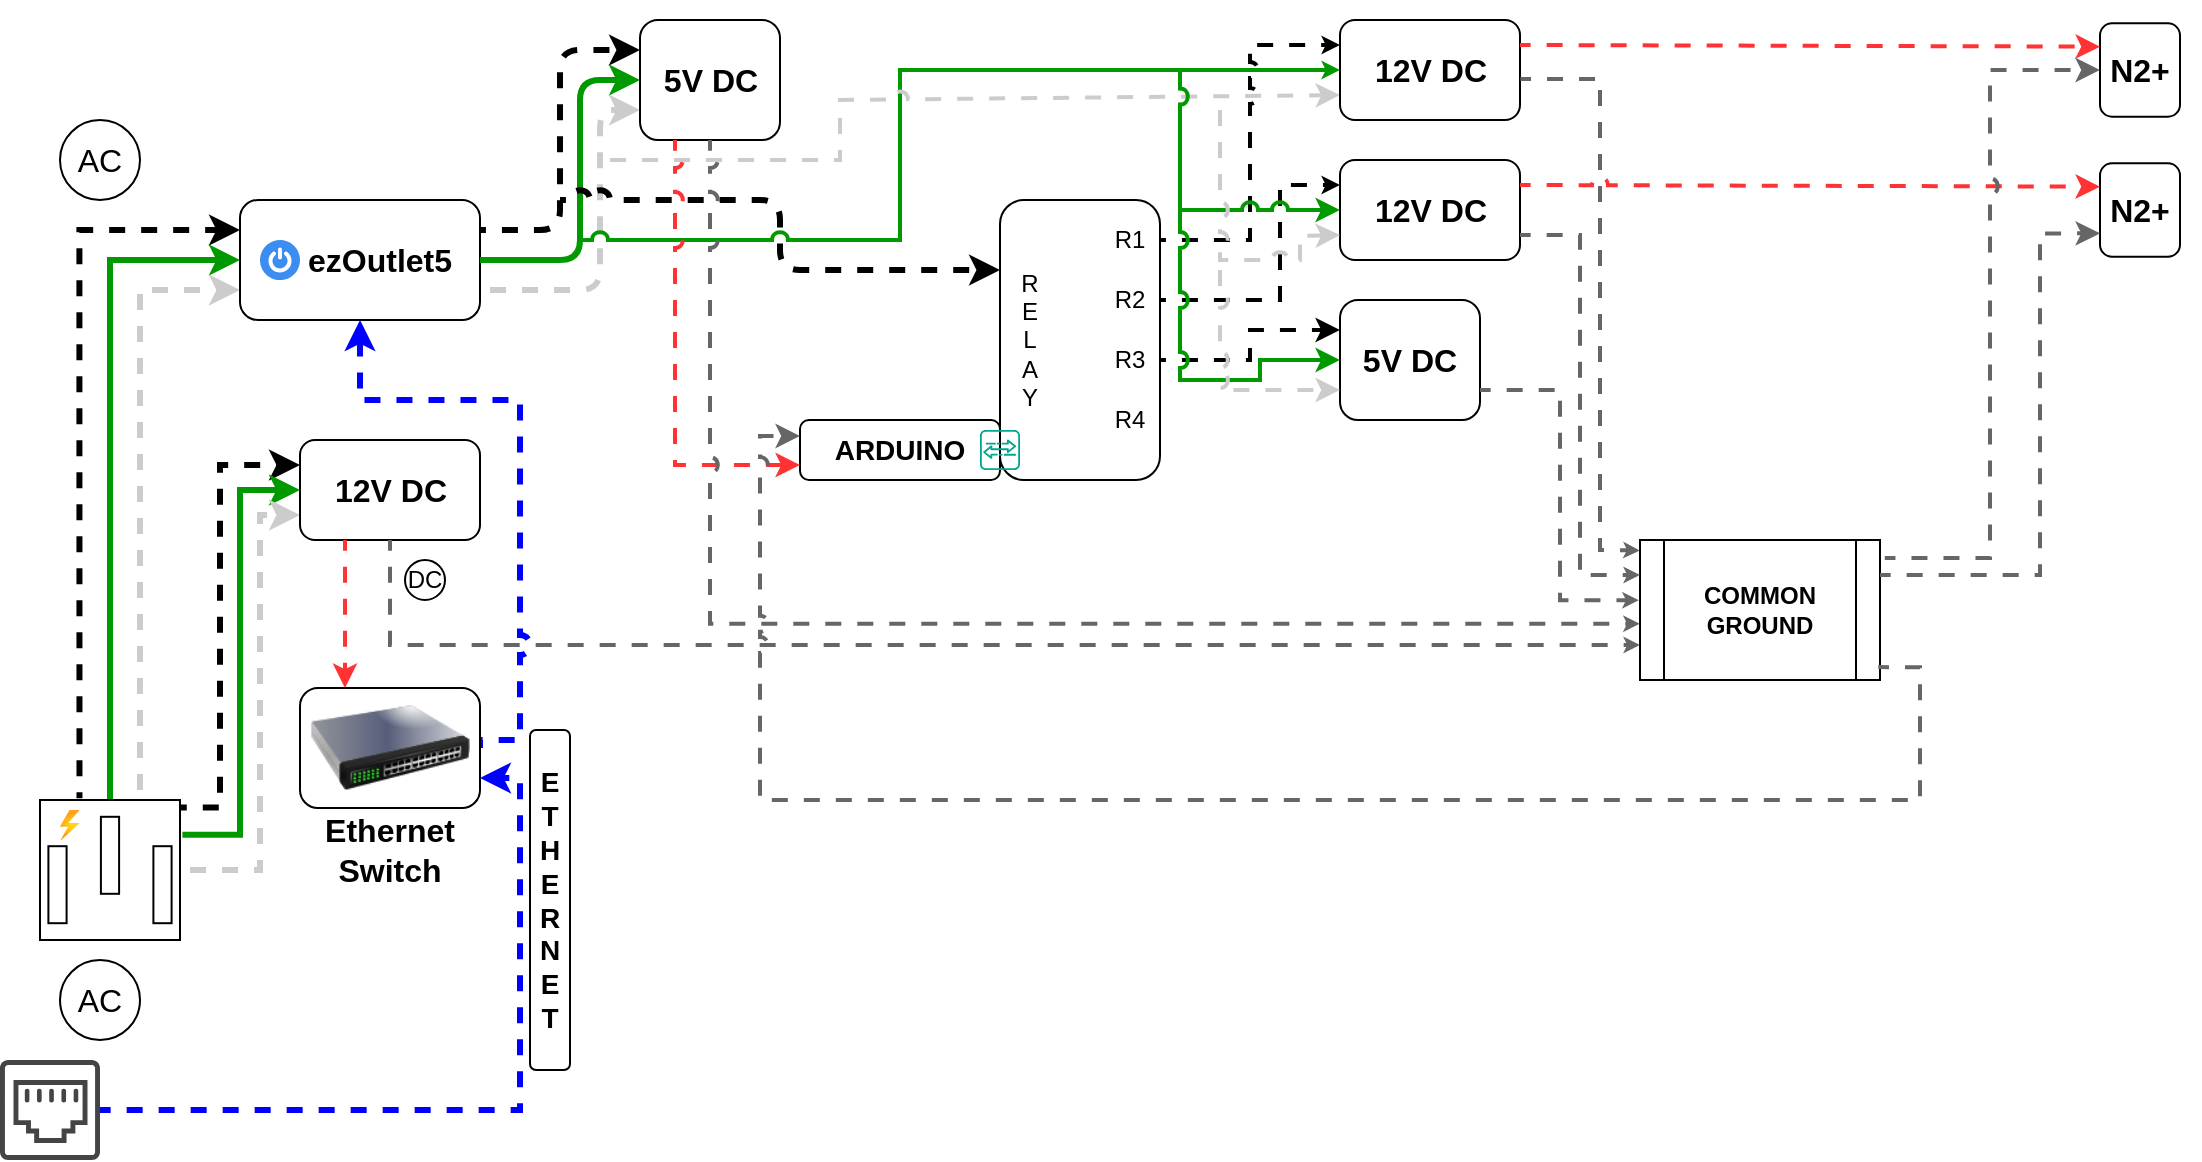
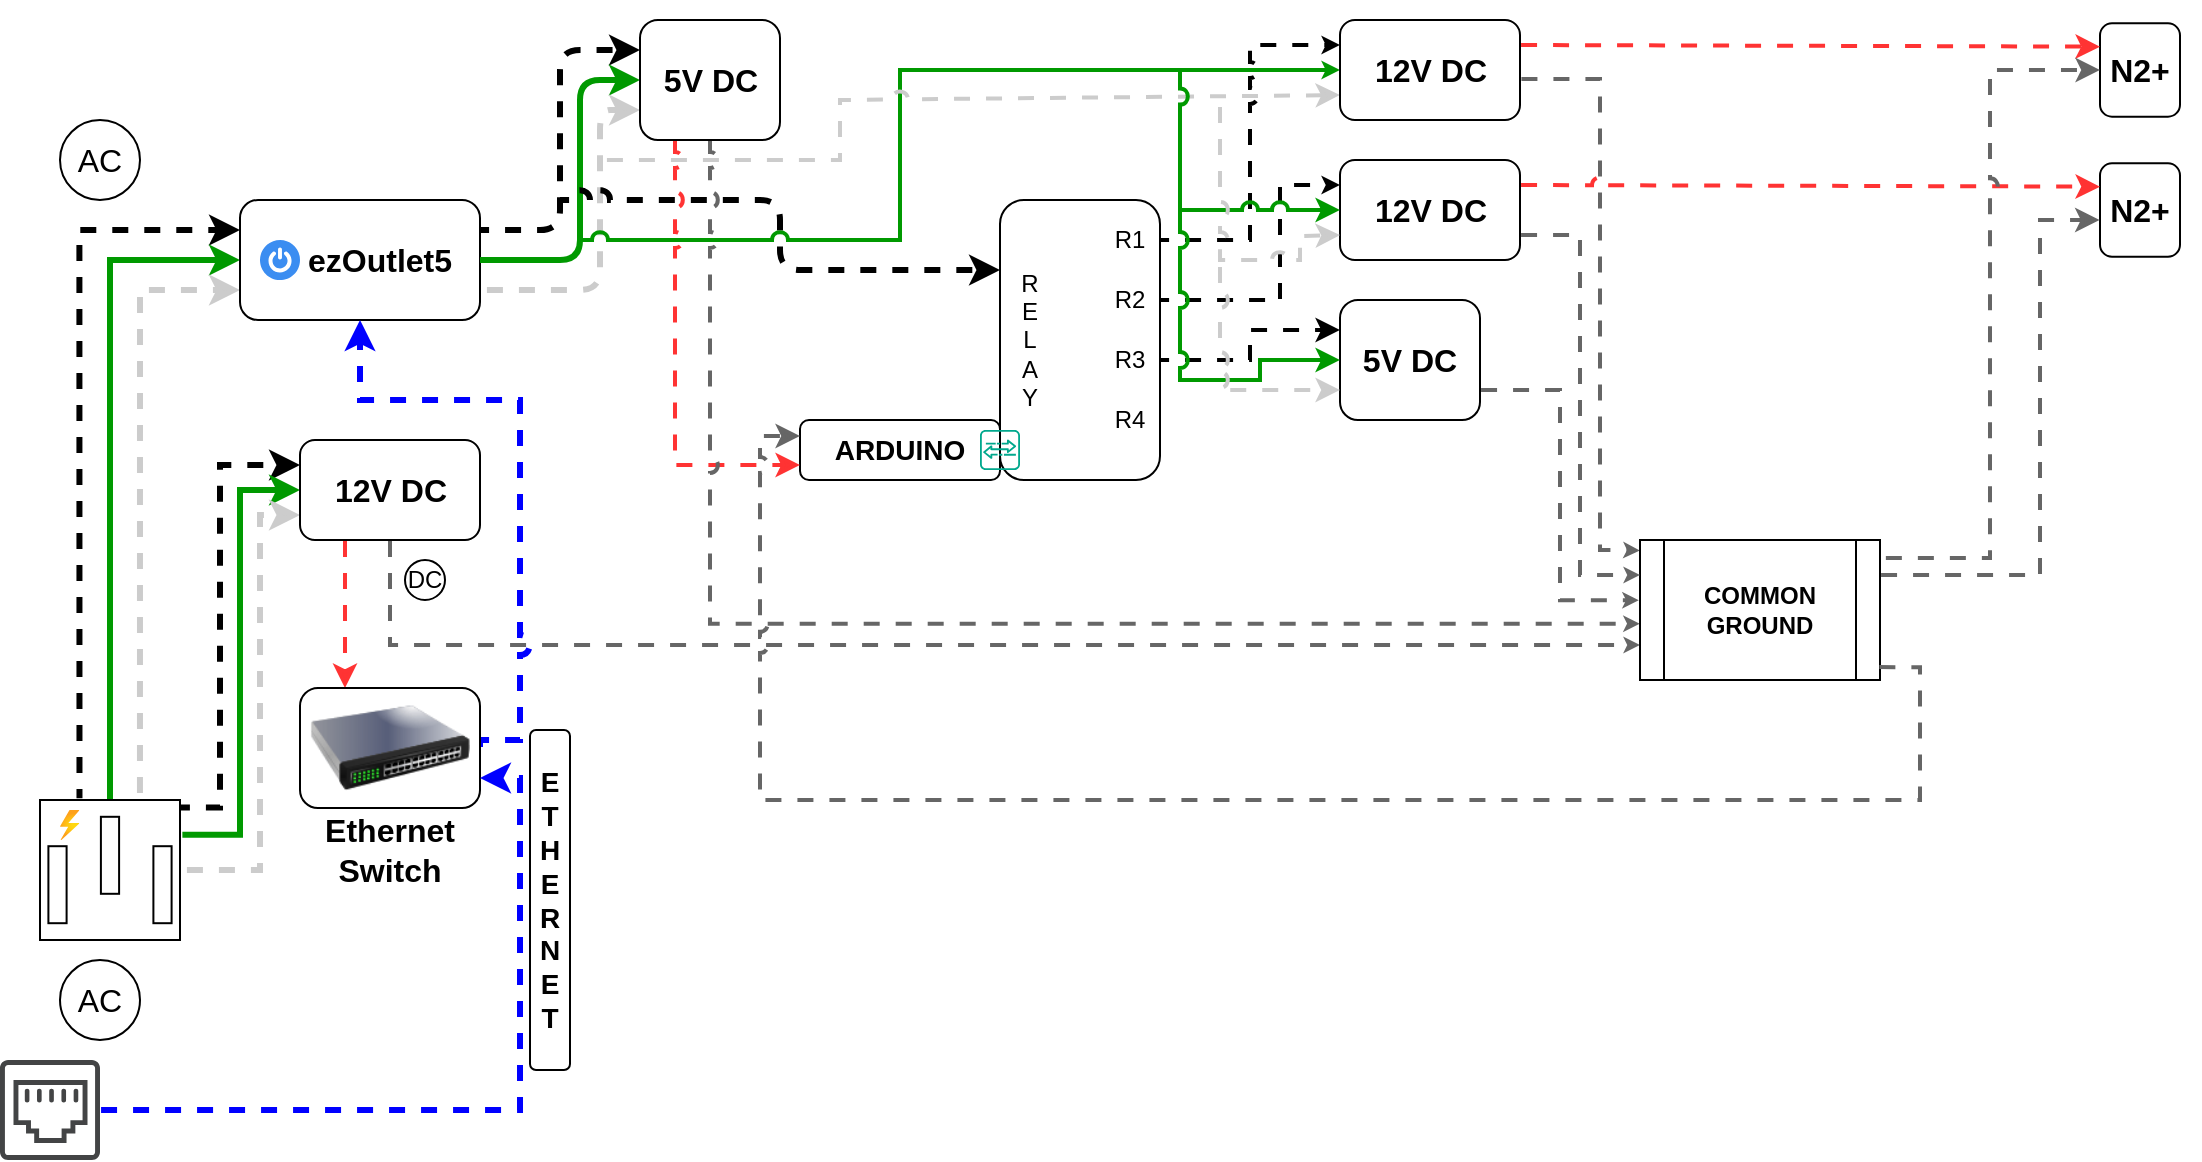
<mxfile host="app.diagrams.net" agent="Mozilla/5.0 (Windows NT 10.0; Win64; x64) AppleWebKit/537.36 (KHTML, like Gecko) Chrome/131.0.0.0 Safari/537.36 Edg/131.0.0.0" version="25.0.3">
  <diagram name="Page-1" id="VlRkN-xOVygPYa-iD9Ir">
-     <mxGraphModel dx="1050" dy="658" grid="1" gridSize="10" guides="1" tooltips="1" connect="1" arrows="1" fold="1" page="1" pageScale="1" pageWidth="1600" pageHeight="900" background="none" math="0" shadow="0">
+     <mxGraphModel dx="292" dy="183" grid="1" gridSize="10" guides="1" tooltips="1" connect="1" arrows="1" fold="1" page="1" pageScale="1" pageWidth="1600" pageHeight="900" background="none" math="0" shadow="0">
      <root>
        <mxCell id="0" />
        <mxCell id="1" parent="0" />
        <mxCell id="JVLtuT8sySUBbFbLTn6r-3" style="edgeStyle=orthogonalEdgeStyle;rounded=0;orthogonalLoop=1;jettySize=auto;html=1;entryX=0;entryY=0.25;entryDx=0;entryDy=0;exitX=0.282;exitY=-0.013;exitDx=0;exitDy=0;exitPerimeter=0;strokeWidth=3;flowAnimation=1;flowAnimationDirection=alternate;flowAnimationTimingFunction=ease-in-out;flowAnimationDuration=1500;jumpStyle=arc;" parent="1" source="pD8juBFKP1GN8B8eYQTb-1" target="pD8juBFKP1GN8B8eYQTb-3" edge="1">
          <mxGeometry relative="1" as="geometry" />
        </mxCell>
        <mxCell id="JVLtuT8sySUBbFbLTn6r-4" style="edgeStyle=orthogonalEdgeStyle;rounded=0;orthogonalLoop=1;jettySize=auto;html=1;exitX=0.5;exitY=0;exitDx=0;exitDy=0;exitPerimeter=0;entryX=0;entryY=0.5;entryDx=0;entryDy=0;strokeColor=#009900;strokeWidth=3;jumpStyle=arc;" parent="1" source="pD8juBFKP1GN8B8eYQTb-1" target="pD8juBFKP1GN8B8eYQTb-3" edge="1">
          <mxGeometry relative="1" as="geometry" />
        </mxCell>
        <mxCell id="JVLtuT8sySUBbFbLTn6r-5" style="edgeStyle=orthogonalEdgeStyle;rounded=0;orthogonalLoop=1;jettySize=auto;html=1;entryX=0;entryY=0.75;entryDx=0;entryDy=0;exitX=0.714;exitY=0;exitDx=0;exitDy=0;exitPerimeter=0;strokeWidth=3;strokeColor=#CCCCCC;flowAnimation=1;flowAnimationDirection=alternate-reverse;flowAnimationTimingFunction=ease-in-out;flowAnimationDuration=1500;jumpStyle=arc;" parent="1" source="pD8juBFKP1GN8B8eYQTb-1" target="pD8juBFKP1GN8B8eYQTb-3" edge="1">
          <mxGeometry relative="1" as="geometry">
            <mxPoint x="120" y="320" as="targetPoint" />
          </mxGeometry>
        </mxCell>
        <mxCell id="JVLtuT8sySUBbFbLTn6r-6" style="edgeStyle=orthogonalEdgeStyle;rounded=0;orthogonalLoop=1;jettySize=auto;html=1;entryX=0;entryY=0.25;entryDx=0;entryDy=0;exitX=1.006;exitY=0.054;exitDx=0;exitDy=0;exitPerimeter=0;strokeWidth=3;flowAnimation=1;flowAnimationDirection=alternate;flowAnimationTimingFunction=ease-in-out;flowAnimationDuration=1500;jumpStyle=arc;" parent="1" source="pD8juBFKP1GN8B8eYQTb-1" target="pD8juBFKP1GN8B8eYQTb-24" edge="1">
          <mxGeometry relative="1" as="geometry">
            <Array as="points">
              <mxPoint x="120" y="404" />
              <mxPoint x="120" y="233" />
            </Array>
          </mxGeometry>
        </mxCell>
        <mxCell id="JVLtuT8sySUBbFbLTn6r-7" style="edgeStyle=orthogonalEdgeStyle;rounded=0;orthogonalLoop=1;jettySize=auto;html=1;entryX=0;entryY=0.5;entryDx=0;entryDy=0;exitX=1.017;exitY=0.249;exitDx=0;exitDy=0;exitPerimeter=0;strokeWidth=3;strokeColor=#009900;jumpStyle=arc;" parent="1" source="pD8juBFKP1GN8B8eYQTb-1" target="pD8juBFKP1GN8B8eYQTb-24" edge="1">
          <mxGeometry relative="1" as="geometry" />
        </mxCell>
        <mxCell id="JVLtuT8sySUBbFbLTn6r-8" style="edgeStyle=orthogonalEdgeStyle;rounded=0;orthogonalLoop=1;jettySize=auto;html=1;entryX=0;entryY=0.75;entryDx=0;entryDy=0;strokeColor=#CCCCCC;strokeWidth=3;flowAnimation=1;flowAnimationDirection=alternate-reverse;flowAnimationTimingFunction=ease-in-out;flowAnimationDuration=1500;jumpStyle=arc;" parent="1" source="pD8juBFKP1GN8B8eYQTb-1" target="pD8juBFKP1GN8B8eYQTb-24" edge="1">
          <mxGeometry relative="1" as="geometry">
            <Array as="points">
              <mxPoint x="140" y="435" />
              <mxPoint x="140" y="258" />
            </Array>
          </mxGeometry>
        </mxCell>
        <mxCell id="JVLtuT8sySUBbFbLTn6r-1" value="" style="group" parent="1" vertex="1" connectable="0">
          <mxGeometry x="30" y="480" width="60" height="40" as="geometry" />
        </mxCell>
        <mxCell id="pD8juBFKP1GN8B8eYQTb-22" value="AC" style="text;html=1;align=center;verticalAlign=middle;whiteSpace=wrap;rounded=0;fontSize=16;" parent="JVLtuT8sySUBbFbLTn6r-1" vertex="1">
          <mxGeometry y="5" width="60" height="30" as="geometry" />
        </mxCell>
        <mxCell id="pD8juBFKP1GN8B8eYQTb-23" value="" style="ellipse;whiteSpace=wrap;html=1;fillColor=none;" parent="JVLtuT8sySUBbFbLTn6r-1" vertex="1">
          <mxGeometry x="10" width="40" height="40" as="geometry" />
        </mxCell>
        <mxCell id="JVLtuT8sySUBbFbLTn6r-2" value="" style="group" parent="1" vertex="1" connectable="0">
          <mxGeometry x="30" y="60" width="60" height="40" as="geometry" />
        </mxCell>
        <mxCell id="pD8juBFKP1GN8B8eYQTb-9" value="" style="ellipse;whiteSpace=wrap;html=1;fillColor=none;" parent="JVLtuT8sySUBbFbLTn6r-2" vertex="1">
          <mxGeometry x="10" width="40" height="40" as="geometry" />
        </mxCell>
        <mxCell id="pD8juBFKP1GN8B8eYQTb-11" value="AC" style="text;html=1;align=center;verticalAlign=middle;whiteSpace=wrap;rounded=0;fontSize=16;" parent="JVLtuT8sySUBbFbLTn6r-2" vertex="1">
          <mxGeometry y="5" width="60" height="30" as="geometry" />
        </mxCell>
        <mxCell id="JVLtuT8sySUBbFbLTn6r-9" value="" style="group" parent="1" vertex="1" connectable="0">
          <mxGeometry x="130" y="100" width="120" height="60" as="geometry" />
        </mxCell>
        <mxCell id="JVLtuT8sySUBbFbLTn6r-16" value="" style="group" parent="JVLtuT8sySUBbFbLTn6r-9" vertex="1" connectable="0">
          <mxGeometry width="120" height="60" as="geometry" />
        </mxCell>
        <mxCell id="pD8juBFKP1GN8B8eYQTb-3" value="" style="rounded=1;whiteSpace=wrap;html=1;" parent="JVLtuT8sySUBbFbLTn6r-16" vertex="1">
          <mxGeometry width="120" height="60" as="geometry" />
        </mxCell>
        <mxCell id="JVLtuT8sySUBbFbLTn6r-13" value="" style="sketch=0;html=1;aspect=fixed;strokeColor=none;shadow=0;fillColor=#3B8DF1;verticalAlign=top;labelPosition=center;verticalLabelPosition=bottom;shape=mxgraph.gcp2.a7_power" parent="JVLtuT8sySUBbFbLTn6r-16" vertex="1">
          <mxGeometry x="10" y="20" width="20" height="20" as="geometry" />
        </mxCell>
        <mxCell id="pD8juBFKP1GN8B8eYQTb-15" value="&lt;b&gt;ezOutlet5&lt;/b&gt;" style="text;html=1;align=center;verticalAlign=middle;whiteSpace=wrap;rounded=0;fontSize=16;" parent="JVLtuT8sySUBbFbLTn6r-16" vertex="1">
          <mxGeometry x="40" y="10" width="60" height="40" as="geometry" />
        </mxCell>
        <mxCell id="JVLtuT8sySUBbFbLTn6r-11" value="" style="group" parent="1" vertex="1" connectable="0">
          <mxGeometry x="160" y="220" width="90" height="50" as="geometry" />
        </mxCell>
        <mxCell id="JVLtuT8sySUBbFbLTn6r-72" value="" style="group" parent="JVLtuT8sySUBbFbLTn6r-11" vertex="1" connectable="0">
          <mxGeometry width="90" height="50" as="geometry" />
        </mxCell>
        <mxCell id="pD8juBFKP1GN8B8eYQTb-24" value="" style="rounded=1;whiteSpace=wrap;html=1;" parent="JVLtuT8sySUBbFbLTn6r-72" vertex="1">
          <mxGeometry width="90" height="50" as="geometry" />
        </mxCell>
        <mxCell id="JVLtuT8sySUBbFbLTn6r-10" value="&lt;font style=&quot;font-size: 16px;&quot;&gt;&lt;b&gt;12V DC&lt;/b&gt;&lt;/font&gt;" style="text;html=1;align=center;verticalAlign=middle;whiteSpace=wrap;rounded=0;" parent="JVLtuT8sySUBbFbLTn6r-72" vertex="1">
          <mxGeometry x="15.75" y="10" width="58.5" height="30" as="geometry" />
        </mxCell>
        <mxCell id="JVLtuT8sySUBbFbLTn6r-18" value="" style="group" parent="1" vertex="1" connectable="0">
          <mxGeometry x="30" y="400" width="70" height="70" as="geometry" />
        </mxCell>
        <mxCell id="pD8juBFKP1GN8B8eYQTb-1" value="" style="pointerEvents=1;verticalLabelPosition=bottom;shadow=0;dashed=0;align=center;html=1;verticalAlign=top;shape=mxgraph.electrical.miscellaneous.ac_out" parent="JVLtuT8sySUBbFbLTn6r-18" vertex="1">
          <mxGeometry width="70" height="70" as="geometry" />
        </mxCell>
        <mxCell id="JVLtuT8sySUBbFbLTn6r-12" value="" style="image;aspect=fixed;html=1;points=[];align=center;fontSize=12;image=img/lib/azure2/general/Power.svg;" parent="JVLtuT8sySUBbFbLTn6r-18" vertex="1">
          <mxGeometry x="10" y="5" width="9.72" height="15" as="geometry" />
        </mxCell>
        <mxCell id="JVLtuT8sySUBbFbLTn6r-23" style="edgeStyle=orthogonalEdgeStyle;rounded=0;orthogonalLoop=1;jettySize=auto;html=1;entryX=0.25;entryY=0;entryDx=0;entryDy=0;exitX=0.25;exitY=1;exitDx=0;exitDy=0;strokeColor=#FF3333;strokeWidth=2;flowAnimation=1;jumpStyle=arc;" parent="1" source="pD8juBFKP1GN8B8eYQTb-24" target="JVLtuT8sySUBbFbLTn6r-19" edge="1">
          <mxGeometry relative="1" as="geometry" />
        </mxCell>
        <mxCell id="JVLtuT8sySUBbFbLTn6r-28" value="" style="group" parent="1" vertex="1" connectable="0">
          <mxGeometry x="210" y="280" width="25" height="20" as="geometry" />
        </mxCell>
        <mxCell id="JVLtuT8sySUBbFbLTn6r-26" value="" style="ellipse;whiteSpace=wrap;html=1;aspect=fixed;" parent="JVLtuT8sySUBbFbLTn6r-28" vertex="1">
          <mxGeometry x="2.5" width="20" height="20" as="geometry" />
        </mxCell>
        <mxCell id="JVLtuT8sySUBbFbLTn6r-27" value="&lt;font&gt;DC&lt;/font&gt;" style="text;html=1;align=center;verticalAlign=middle;whiteSpace=wrap;rounded=0;" parent="JVLtuT8sySUBbFbLTn6r-28" vertex="1">
          <mxGeometry y="2.5" width="25" height="15" as="geometry" />
        </mxCell>
        <mxCell id="JVLtuT8sySUBbFbLTn6r-29" style="edgeStyle=orthogonalEdgeStyle;rounded=0;orthogonalLoop=1;jettySize=auto;html=1;exitX=0.5;exitY=1;exitDx=0;exitDy=0;strokeWidth=2;flowAnimation=1;strokeColor=#666666;jumpStyle=arc;entryX=0;entryY=0.75;entryDx=0;entryDy=0;endSize=2;" parent="1" source="pD8juBFKP1GN8B8eYQTb-24" target="0aRQkGjj-KWWZOeJOGup-9" edge="1">
          <mxGeometry relative="1" as="geometry">
            <mxPoint x="810" y="370" as="targetPoint" />
          </mxGeometry>
        </mxCell>
        <mxCell id="JVLtuT8sySUBbFbLTn6r-30" style="edgeStyle=orthogonalEdgeStyle;rounded=0;orthogonalLoop=1;jettySize=auto;html=1;exitX=1;exitY=0.5;exitDx=0;exitDy=0;entryX=0.5;entryY=1;entryDx=0;entryDy=0;strokeColor=#0000FF;strokeWidth=3;flowAnimation=1;jumpStyle=arc;" parent="1" source="JVLtuT8sySUBbFbLTn6r-19" target="pD8juBFKP1GN8B8eYQTb-3" edge="1">
          <mxGeometry relative="1" as="geometry">
            <Array as="points">
              <mxPoint x="270" y="370" />
              <mxPoint x="270" y="200" />
              <mxPoint x="190" y="200" />
            </Array>
          </mxGeometry>
        </mxCell>
        <mxCell id="JVLtuT8sySUBbFbLTn6r-33" value="" style="rounded=1;whiteSpace=wrap;html=1;" parent="1" vertex="1">
          <mxGeometry x="510" y="100" width="80" height="140" as="geometry" />
        </mxCell>
        <mxCell id="JVLtuT8sySUBbFbLTn6r-35" style="edgeStyle=orthogonalEdgeStyle;rounded=1;orthogonalLoop=1;jettySize=auto;html=1;exitX=1;exitY=0.25;exitDx=0;exitDy=0;entryX=0;entryY=0.25;entryDx=0;entryDy=0;curved=0;strokeWidth=3;flowAnimation=1;flowAnimationDirection=alternate;flowAnimationTimingFunction=ease-in-out;flowAnimationDuration=1500;jumpStyle=arc;" parent="1" source="pD8juBFKP1GN8B8eYQTb-3" target="JVLtuT8sySUBbFbLTn6r-34" edge="1">
          <mxGeometry relative="1" as="geometry" />
        </mxCell>
        <mxCell id="JVLtuT8sySUBbFbLTn6r-36" style="edgeStyle=orthogonalEdgeStyle;rounded=1;orthogonalLoop=1;jettySize=auto;html=1;exitX=1;exitY=0.5;exitDx=0;exitDy=0;entryX=0;entryY=0.5;entryDx=0;entryDy=0;curved=0;strokeWidth=3;strokeColor=#009900;jumpStyle=arc;" parent="1" source="pD8juBFKP1GN8B8eYQTb-3" target="JVLtuT8sySUBbFbLTn6r-34" edge="1">
          <mxGeometry relative="1" as="geometry">
            <Array as="points">
              <mxPoint x="300" y="130" />
              <mxPoint x="300" y="40" />
            </Array>
          </mxGeometry>
        </mxCell>
        <mxCell id="JVLtuT8sySUBbFbLTn6r-37" style="edgeStyle=orthogonalEdgeStyle;rounded=1;orthogonalLoop=1;jettySize=auto;html=1;exitX=1;exitY=0.75;exitDx=0;exitDy=0;entryX=0;entryY=0.75;entryDx=0;entryDy=0;curved=0;strokeColor=#CCCCCC;strokeWidth=3;flowAnimation=1;flowAnimationDirection=alternate-reverse;flowAnimationTimingFunction=ease-in-out;flowAnimationDuration=1500;jumpStyle=arc;" parent="1" source="pD8juBFKP1GN8B8eYQTb-3" target="JVLtuT8sySUBbFbLTn6r-34" edge="1">
          <mxGeometry relative="1" as="geometry">
            <Array as="points">
              <mxPoint x="310" y="145" />
              <mxPoint x="310" y="55" />
            </Array>
          </mxGeometry>
        </mxCell>
        <mxCell id="JVLtuT8sySUBbFbLTn6r-40" value="" style="endArrow=classic;html=1;rounded=1;curved=0;entryX=0;entryY=0.25;entryDx=0;entryDy=0;jumpStyle=arc;strokeWidth=3;flowAnimation=1;flowAnimationDirection=alternate;flowAnimationTimingFunction=ease-in-out;flowAnimationDuration=1500;" parent="1" target="JVLtuT8sySUBbFbLTn6r-33" edge="1">
          <mxGeometry width="50" height="50" relative="1" as="geometry">
            <mxPoint x="290" y="100" as="sourcePoint" />
            <mxPoint x="410" y="170" as="targetPoint" />
            <Array as="points">
              <mxPoint x="400" y="100" />
              <mxPoint x="400" y="135" />
            </Array>
          </mxGeometry>
        </mxCell>
        <mxCell id="JVLtuT8sySUBbFbLTn6r-51" value="" style="group" parent="1" vertex="1" connectable="0">
          <mxGeometry x="160" y="344" width="90" height="96" as="geometry" />
        </mxCell>
        <mxCell id="JVLtuT8sySUBbFbLTn6r-21" value="" style="group" parent="JVLtuT8sySUBbFbLTn6r-51" vertex="1" connectable="0">
          <mxGeometry width="90" height="70" as="geometry" />
        </mxCell>
        <mxCell id="JVLtuT8sySUBbFbLTn6r-50" value="" style="group" parent="JVLtuT8sySUBbFbLTn6r-21" vertex="1" connectable="0">
          <mxGeometry width="90" height="70" as="geometry" />
        </mxCell>
        <mxCell id="JVLtuT8sySUBbFbLTn6r-19" value="" style="rounded=1;whiteSpace=wrap;html=1;" parent="JVLtuT8sySUBbFbLTn6r-50" vertex="1">
          <mxGeometry width="90" height="60" as="geometry" />
        </mxCell>
        <mxCell id="JVLtuT8sySUBbFbLTn6r-49" value="" style="image;html=1;image=img/lib/clip_art/networking/Switch_128x128.png" parent="JVLtuT8sySUBbFbLTn6r-50" vertex="1">
          <mxGeometry x="5" y="-10" width="80" height="80" as="geometry" />
        </mxCell>
        <mxCell id="JVLtuT8sySUBbFbLTn6r-20" value="&lt;b&gt;&lt;font style=&quot;font-size: 16px;&quot;&gt;Ethernet&lt;/font&gt;&lt;/b&gt;&lt;div&gt;&lt;b&gt;&lt;font style=&quot;font-size: 16px;&quot;&gt;Switch&lt;/font&gt;&lt;/b&gt;&lt;/div&gt;" style="text;html=1;align=center;verticalAlign=middle;whiteSpace=wrap;rounded=0;" parent="JVLtuT8sySUBbFbLTn6r-51" vertex="1">
          <mxGeometry x="15" y="66" width="60" height="30" as="geometry" />
        </mxCell>
        <mxCell id="JVLtuT8sySUBbFbLTn6r-53" value="" style="group" parent="1" vertex="1" connectable="0">
          <mxGeometry x="330" y="10" width="70" height="60" as="geometry" />
        </mxCell>
        <mxCell id="JVLtuT8sySUBbFbLTn6r-71" value="" style="group" parent="JVLtuT8sySUBbFbLTn6r-53" vertex="1" connectable="0">
          <mxGeometry width="70" height="60" as="geometry" />
        </mxCell>
        <mxCell id="JVLtuT8sySUBbFbLTn6r-34" value="" style="rounded=1;whiteSpace=wrap;html=1;" parent="JVLtuT8sySUBbFbLTn6r-71" vertex="1">
          <mxGeometry width="70" height="60" as="geometry" />
        </mxCell>
        <mxCell id="JVLtuT8sySUBbFbLTn6r-52" value="&lt;font style=&quot;font-size: 16px;&quot;&gt;&lt;b&gt;5&lt;/b&gt;&lt;/font&gt;&lt;b style=&quot;font-size: 16px; background-color: initial;&quot;&gt;V DC&lt;/b&gt;" style="text;html=1;align=center;verticalAlign=middle;whiteSpace=wrap;rounded=0;" parent="JVLtuT8sySUBbFbLTn6r-71" vertex="1">
          <mxGeometry x="5.75" y="15" width="58.5" height="30" as="geometry" />
        </mxCell>
        <mxCell id="JVLtuT8sySUBbFbLTn6r-54" value="" style="endArrow=classic;html=1;rounded=0;entryX=0;entryY=0.5;entryDx=0;entryDy=0;jumpStyle=arc;strokeColor=#009900;strokeWidth=2;endSize=3;" parent="1" target="JVLtuT8sySUBbFbLTn6r-74" edge="1">
          <mxGeometry width="50" height="50" relative="1" as="geometry">
            <mxPoint x="300" y="120" as="sourcePoint" />
            <mxPoint x="350" y="80" as="targetPoint" />
            <Array as="points">
              <mxPoint x="460" y="120" />
              <mxPoint x="460" y="35" />
            </Array>
          </mxGeometry>
        </mxCell>
        <mxCell id="JVLtuT8sySUBbFbLTn6r-55" value="" style="endArrow=classic;html=1;rounded=0;entryX=0;entryY=0.75;entryDx=0;entryDy=0;strokeColor=#CCCCCC;strokeWidth=2;jumpStyle=arc;flowAnimation=1;flowAnimationDirection=alternate-reverse;flowAnimationTimingFunction=ease-in-out;flowAnimationDuration=1500;" parent="1" target="JVLtuT8sySUBbFbLTn6r-74" edge="1">
          <mxGeometry width="50" height="50" relative="1" as="geometry">
            <mxPoint x="310" y="80" as="sourcePoint" />
            <mxPoint x="350" y="140" as="targetPoint" />
            <Array as="points">
              <mxPoint x="430" y="80" />
              <mxPoint x="430" y="50" />
              <mxPoint x="520" y="50" />
            </Array>
          </mxGeometry>
        </mxCell>
        <mxCell id="JVLtuT8sySUBbFbLTn6r-56" value="R&lt;div&gt;E&lt;/div&gt;&lt;div&gt;L&lt;/div&gt;&lt;div&gt;A&lt;/div&gt;&lt;div&gt;Y&lt;/div&gt;" style="text;html=1;align=center;verticalAlign=middle;whiteSpace=wrap;rounded=0;" parent="1" vertex="1">
          <mxGeometry x="510" y="135" width="30" height="70" as="geometry" />
        </mxCell>
        <mxCell id="JVLtuT8sySUBbFbLTn6r-79" style="edgeStyle=orthogonalEdgeStyle;rounded=0;orthogonalLoop=1;jettySize=auto;html=1;exitX=1;exitY=0.5;exitDx=0;exitDy=0;entryX=0;entryY=0.25;entryDx=0;entryDy=0;strokeWidth=2;flowAnimation=1;flowAnimationDirection=alternate;flowAnimationTimingFunction=ease-in-out;flowAnimationDuration=1500;jumpStyle=arc;endSize=3;" parent="1" source="JVLtuT8sySUBbFbLTn6r-57" target="JVLtuT8sySUBbFbLTn6r-74" edge="1">
          <mxGeometry relative="1" as="geometry" />
        </mxCell>
        <mxCell id="JVLtuT8sySUBbFbLTn6r-57" value="R1" style="text;html=1;align=center;verticalAlign=middle;whiteSpace=wrap;rounded=0;" parent="1" vertex="1">
          <mxGeometry x="560" y="105" width="30" height="30" as="geometry" />
        </mxCell>
        <mxCell id="JVLtuT8sySUBbFbLTn6r-80" style="edgeStyle=orthogonalEdgeStyle;rounded=0;orthogonalLoop=1;jettySize=auto;html=1;exitX=1;exitY=0.5;exitDx=0;exitDy=0;entryX=0;entryY=0.25;entryDx=0;entryDy=0;strokeWidth=2;flowAnimation=1;flowAnimationDirection=alternate;flowAnimationTimingFunction=ease-in-out;flowAnimationDuration=1500;endSize=3;jumpStyle=arc;" parent="1" source="JVLtuT8sySUBbFbLTn6r-58" target="JVLtuT8sySUBbFbLTn6r-77" edge="1">
          <mxGeometry relative="1" as="geometry">
            <Array as="points">
              <mxPoint x="650" y="150" />
              <mxPoint x="650" y="93" />
            </Array>
          </mxGeometry>
        </mxCell>
        <mxCell id="JVLtuT8sySUBbFbLTn6r-58" value="R2" style="text;html=1;align=center;verticalAlign=middle;whiteSpace=wrap;rounded=0;" parent="1" vertex="1">
          <mxGeometry x="560" y="135" width="30" height="30" as="geometry" />
        </mxCell>
        <mxCell id="JVLtuT8sySUBbFbLTn6r-81" style="edgeStyle=orthogonalEdgeStyle;rounded=0;orthogonalLoop=1;jettySize=auto;html=1;exitX=1;exitY=0.5;exitDx=0;exitDy=0;entryX=0;entryY=0.25;entryDx=0;entryDy=0;strokeWidth=2;flowAnimation=1;flowAnimationDirection=alternate;flowAnimationTimingFunction=ease-in-out;flowAnimationDuration=1500;jumpStyle=arc;" parent="1" source="JVLtuT8sySUBbFbLTn6r-59" target="JVLtuT8sySUBbFbLTn6r-63" edge="1">
          <mxGeometry relative="1" as="geometry" />
        </mxCell>
        <mxCell id="JVLtuT8sySUBbFbLTn6r-59" value="R3" style="text;html=1;align=center;verticalAlign=middle;whiteSpace=wrap;rounded=0;" parent="1" vertex="1">
          <mxGeometry x="560" y="165" width="30" height="30" as="geometry" />
        </mxCell>
        <mxCell id="JVLtuT8sySUBbFbLTn6r-60" value="R4" style="text;html=1;align=center;verticalAlign=middle;whiteSpace=wrap;rounded=0;" parent="1" vertex="1">
          <mxGeometry x="560" y="195" width="30" height="30" as="geometry" />
        </mxCell>
        <mxCell id="JVLtuT8sySUBbFbLTn6r-67" value="" style="group" parent="1" vertex="1" connectable="0">
          <mxGeometry x="680" y="150" width="70" height="60" as="geometry" />
        </mxCell>
        <mxCell id="JVLtuT8sySUBbFbLTn6r-63" value="" style="rounded=1;whiteSpace=wrap;html=1;" parent="JVLtuT8sySUBbFbLTn6r-67" vertex="1">
          <mxGeometry width="70" height="60" as="geometry" />
        </mxCell>
        <mxCell id="JVLtuT8sySUBbFbLTn6r-62" value="" style="group" parent="JVLtuT8sySUBbFbLTn6r-67" vertex="1" connectable="0">
          <mxGeometry x="5" y="5" width="60" height="50" as="geometry" />
        </mxCell>
        <mxCell id="JVLtuT8sySUBbFbLTn6r-64" value="&lt;font style=&quot;font-size: 16px;&quot;&gt;&lt;b&gt;5&lt;/b&gt;&lt;/font&gt;&lt;b style=&quot;font-size: 16px; background-color: initial;&quot;&gt;V DC&lt;/b&gt;" style="text;html=1;align=center;verticalAlign=middle;whiteSpace=wrap;rounded=0;" parent="JVLtuT8sySUBbFbLTn6r-62" vertex="1">
          <mxGeometry x="4.928571428571428" y="12.5" width="50.14285714285714" height="25" as="geometry" />
        </mxCell>
        <mxCell id="JVLtuT8sySUBbFbLTn6r-73" value="" style="group" parent="1" vertex="1" connectable="0">
          <mxGeometry x="680" y="10" width="90" height="50" as="geometry" />
        </mxCell>
        <mxCell id="JVLtuT8sySUBbFbLTn6r-74" value="" style="rounded=1;whiteSpace=wrap;html=1;" parent="JVLtuT8sySUBbFbLTn6r-73" vertex="1">
          <mxGeometry width="90" height="50" as="geometry" />
        </mxCell>
        <mxCell id="JVLtuT8sySUBbFbLTn6r-75" value="&lt;font style=&quot;font-size: 16px;&quot;&gt;&lt;b&gt;12V DC&lt;/b&gt;&lt;/font&gt;" style="text;html=1;align=center;verticalAlign=middle;whiteSpace=wrap;rounded=0;" parent="JVLtuT8sySUBbFbLTn6r-73" vertex="1">
          <mxGeometry x="15.75" y="10" width="58.5" height="30" as="geometry" />
        </mxCell>
        <mxCell id="JVLtuT8sySUBbFbLTn6r-76" value="" style="group" parent="1" vertex="1" connectable="0">
          <mxGeometry x="680" y="80" width="90" height="50" as="geometry" />
        </mxCell>
        <mxCell id="JVLtuT8sySUBbFbLTn6r-77" value="" style="rounded=1;whiteSpace=wrap;html=1;" parent="JVLtuT8sySUBbFbLTn6r-76" vertex="1">
          <mxGeometry width="90" height="50" as="geometry" />
        </mxCell>
        <mxCell id="JVLtuT8sySUBbFbLTn6r-78" value="&lt;font style=&quot;font-size: 16px;&quot;&gt;&lt;b&gt;12V DC&lt;/b&gt;&lt;/font&gt;" style="text;html=1;align=center;verticalAlign=middle;whiteSpace=wrap;rounded=0;" parent="JVLtuT8sySUBbFbLTn6r-76" vertex="1">
          <mxGeometry x="15.75" y="10" width="58.5" height="30" as="geometry" />
        </mxCell>
        <mxCell id="JVLtuT8sySUBbFbLTn6r-82" value="" style="endArrow=classic;html=1;rounded=0;entryX=0;entryY=0.5;entryDx=0;entryDy=0;jumpStyle=arc;strokeColor=#009900;strokeWidth=2;" parent="1" target="JVLtuT8sySUBbFbLTn6r-77" edge="1">
          <mxGeometry width="50" height="50" relative="1" as="geometry">
            <mxPoint x="600" y="35" as="sourcePoint" />
            <mxPoint x="660" y="105" as="targetPoint" />
            <Array as="points">
              <mxPoint x="600" y="105" />
            </Array>
          </mxGeometry>
        </mxCell>
        <mxCell id="JVLtuT8sySUBbFbLTn6r-83" value="" style="endArrow=classic;html=1;rounded=0;entryX=0;entryY=0.75;entryDx=0;entryDy=0;strokeWidth=2;strokeColor=#CCCCCC;flowAnimation=1;flowAnimationTimingFunction=ease-in-out;flowAnimationDirection=alternate-reverse;jumpStyle=arc;flowAnimationDuration=1500;" parent="1" target="JVLtuT8sySUBbFbLTn6r-77" edge="1">
          <mxGeometry width="50" height="50" relative="1" as="geometry">
            <mxPoint x="620" y="50" as="sourcePoint" />
            <mxPoint x="480" y="40" as="targetPoint" />
            <Array as="points">
              <mxPoint x="620" y="130" />
              <mxPoint x="660" y="130" />
              <mxPoint x="660" y="118" />
            </Array>
          </mxGeometry>
        </mxCell>
        <mxCell id="JVLtuT8sySUBbFbLTn6r-88" value="" style="endArrow=classic;html=1;rounded=0;entryX=0;entryY=0.5;entryDx=0;entryDy=0;strokeColor=#009900;strokeWidth=2;jumpStyle=arc;" parent="1" target="JVLtuT8sySUBbFbLTn6r-63" edge="1">
          <mxGeometry width="50" height="50" relative="1" as="geometry">
            <mxPoint x="600" y="100" as="sourcePoint" />
            <mxPoint x="600" y="140" as="targetPoint" />
            <Array as="points">
              <mxPoint x="600" y="190" />
              <mxPoint x="640" y="190" />
              <mxPoint x="640" y="180" />
            </Array>
          </mxGeometry>
        </mxCell>
        <mxCell id="JVLtuT8sySUBbFbLTn6r-89" value="" style="endArrow=classic;html=1;rounded=0;entryX=0;entryY=0.75;entryDx=0;entryDy=0;strokeWidth=2;strokeColor=#CCCCCC;flowAnimation=1;jumpStyle=arc;flowAnimationTimingFunction=ease-in-out;flowAnimationDirection=alternate-reverse;flowAnimationDuration=1500;" parent="1" target="JVLtuT8sySUBbFbLTn6r-63" edge="1">
          <mxGeometry width="50" height="50" relative="1" as="geometry">
            <mxPoint x="620" y="130" as="sourcePoint" />
            <mxPoint x="600" y="100" as="targetPoint" />
            <Array as="points">
              <mxPoint x="620" y="195" />
            </Array>
          </mxGeometry>
        </mxCell>
        <mxCell id="JVLtuT8sySUBbFbLTn6r-90" value="&lt;b&gt;&lt;font style=&quot;font-size: 14px;&quot;&gt;ARDUINO&lt;/font&gt;&lt;/b&gt;" style="rounded=1;whiteSpace=wrap;html=1;" parent="1" vertex="1">
          <mxGeometry x="410" y="210" width="100" height="30" as="geometry" />
        </mxCell>
        <mxCell id="JVLtuT8sySUBbFbLTn6r-91" style="edgeStyle=orthogonalEdgeStyle;rounded=0;orthogonalLoop=1;jettySize=auto;html=1;exitX=0.25;exitY=1;exitDx=0;exitDy=0;entryX=0;entryY=0.75;entryDx=0;entryDy=0;strokeWidth=2;flowAnimation=1;strokeColor=#FF3333;jumpStyle=arc;" parent="1" source="JVLtuT8sySUBbFbLTn6r-34" target="JVLtuT8sySUBbFbLTn6r-90" edge="1">
          <mxGeometry relative="1" as="geometry" />
        </mxCell>
        <mxCell id="JVLtuT8sySUBbFbLTn6r-92" style="edgeStyle=orthogonalEdgeStyle;rounded=0;orthogonalLoop=1;jettySize=auto;html=1;exitX=0.5;exitY=1;exitDx=0;exitDy=0;entryX=-0.001;entryY=0.598;entryDx=0;entryDy=0;strokeWidth=2;flowAnimation=1;strokeColor=#666666;jumpStyle=arc;endSize=2;entryPerimeter=0;" parent="1" source="JVLtuT8sySUBbFbLTn6r-34" target="0aRQkGjj-KWWZOeJOGup-9" edge="1">
          <mxGeometry relative="1" as="geometry" />
        </mxCell>
        <mxCell id="JVLtuT8sySUBbFbLTn6r-93" value="" style="sketch=0;outlineConnect=0;fontColor=#232F3E;gradientColor=none;fillColor=#01A88D;strokeColor=none;dashed=0;verticalLabelPosition=bottom;verticalAlign=top;align=center;html=1;fontSize=12;fontStyle=0;aspect=fixed;shape=mxgraph.aws4.agent2;" parent="1" vertex="1">
          <mxGeometry x="500" y="215" width="20" height="20" as="geometry" />
        </mxCell>
        <mxCell id="0aRQkGjj-KWWZOeJOGup-1" value="" style="endArrow=classic;html=1;rounded=0;entryX=1;entryY=0.75;entryDx=0;entryDy=0;strokeWidth=3;strokeColor=#0000FF;flowAnimation=1;jumpStyle=arc;" parent="1" source="0aRQkGjj-KWWZOeJOGup-3" target="JVLtuT8sySUBbFbLTn6r-19" edge="1">
          <mxGeometry width="50" height="50" relative="1" as="geometry">
            <mxPoint x="40" y="560" as="sourcePoint" />
            <mxPoint x="560" y="420" as="targetPoint" />
            <Array as="points">
              <mxPoint x="270" y="555" />
              <mxPoint x="270" y="389" />
            </Array>
          </mxGeometry>
        </mxCell>
        <mxCell id="0aRQkGjj-KWWZOeJOGup-2" value="" style="group" parent="1" vertex="1" connectable="0">
          <mxGeometry x="270" y="365" width="30" height="170" as="geometry" />
        </mxCell>
        <mxCell id="JVLtuT8sySUBbFbLTn6r-31" value="" style="rounded=1;whiteSpace=wrap;html=1;" parent="0aRQkGjj-KWWZOeJOGup-2" vertex="1">
          <mxGeometry x="5" width="20" height="170" as="geometry" />
        </mxCell>
        <mxCell id="JVLtuT8sySUBbFbLTn6r-32" value="&lt;b&gt;&lt;font style=&quot;font-size: 14px;&quot;&gt;E&lt;/font&gt;&lt;/b&gt;&lt;div&gt;&lt;b&gt;&lt;font style=&quot;font-size: 14px;&quot;&gt;T&lt;/font&gt;&lt;/b&gt;&lt;/div&gt;&lt;div&gt;&lt;b&gt;&lt;font style=&quot;font-size: 14px;&quot;&gt;H&lt;/font&gt;&lt;/b&gt;&lt;/div&gt;&lt;div&gt;&lt;b&gt;&lt;font style=&quot;font-size: 14px;&quot;&gt;E&lt;/font&gt;&lt;/b&gt;&lt;/div&gt;&lt;div&gt;&lt;b&gt;&lt;font style=&quot;font-size: 14px;&quot;&gt;R&lt;/font&gt;&lt;/b&gt;&lt;/div&gt;&lt;div&gt;&lt;b&gt;&lt;font style=&quot;font-size: 14px;&quot;&gt;N&lt;/font&gt;&lt;/b&gt;&lt;/div&gt;&lt;div&gt;&lt;b&gt;&lt;font style=&quot;font-size: 14px;&quot;&gt;E&lt;/font&gt;&lt;/b&gt;&lt;/div&gt;&lt;div&gt;&lt;b&gt;&lt;font style=&quot;font-size: 14px;&quot;&gt;T&lt;/font&gt;&lt;/b&gt;&lt;/div&gt;" style="text;html=1;align=center;verticalAlign=middle;whiteSpace=wrap;rounded=0;" parent="0aRQkGjj-KWWZOeJOGup-2" vertex="1">
          <mxGeometry y="10" width="30" height="150" as="geometry" />
        </mxCell>
        <mxCell id="0aRQkGjj-KWWZOeJOGup-3" value="" style="sketch=0;pointerEvents=1;shadow=0;dashed=0;html=1;strokeColor=none;fillColor=#434445;aspect=fixed;labelPosition=center;verticalLabelPosition=bottom;verticalAlign=top;align=center;outlineConnect=0;shape=mxgraph.vvd.ethernet_port;" parent="1" vertex="1">
          <mxGeometry x="10" y="530" width="50" height="50" as="geometry" />
        </mxCell>
        <mxCell id="0aRQkGjj-KWWZOeJOGup-6" value="" style="group" parent="1" vertex="1" connectable="0">
          <mxGeometry x="1050" width="60" height="70" as="geometry" />
        </mxCell>
        <mxCell id="0aRQkGjj-KWWZOeJOGup-4" value="" style="rounded=1;whiteSpace=wrap;html=1;" parent="0aRQkGjj-KWWZOeJOGup-6" vertex="1">
          <mxGeometry x="10" y="11.666666666666668" width="40" height="46.66666666666667" as="geometry" />
        </mxCell>
        <mxCell id="0aRQkGjj-KWWZOeJOGup-5" value="&lt;b&gt;&lt;font style=&quot;font-size: 16px;&quot;&gt;N2+&lt;/font&gt;&lt;/b&gt;" style="text;html=1;align=center;verticalAlign=middle;whiteSpace=wrap;rounded=0;" parent="0aRQkGjj-KWWZOeJOGup-6" vertex="1">
          <mxGeometry x="10" y="11.666666666666668" width="40" height="46.66666666666667" as="geometry" />
        </mxCell>
        <mxCell id="0aRQkGjj-KWWZOeJOGup-7" style="edgeStyle=orthogonalEdgeStyle;rounded=0;orthogonalLoop=1;jettySize=auto;html=1;exitX=1;exitY=0.25;exitDx=0;exitDy=0;entryX=0;entryY=0.25;entryDx=0;entryDy=0;strokeWidth=2;jumpStyle=arc;flowAnimation=1;strokeColor=#FF3333;" parent="1" source="JVLtuT8sySUBbFbLTn6r-74" target="0aRQkGjj-KWWZOeJOGup-5" edge="1">
          <mxGeometry relative="1" as="geometry" />
        </mxCell>
        <mxCell id="0aRQkGjj-KWWZOeJOGup-8" style="edgeStyle=orthogonalEdgeStyle;rounded=0;orthogonalLoop=1;jettySize=auto;html=1;exitX=1.002;exitY=0.598;exitDx=0;exitDy=0;entryX=-0.001;entryY=0.075;entryDx=0;entryDy=0;strokeWidth=2;strokeColor=#666666;flowAnimation=1;jumpStyle=arc;endSize=2;exitPerimeter=0;entryPerimeter=0;" parent="1" target="0aRQkGjj-KWWZOeJOGup-9" edge="1">
          <mxGeometry relative="1" as="geometry">
            <mxPoint x="770.1800000000001" y="39.49999999999998" as="sourcePoint" />
            <mxPoint x="830" y="269.99000000000007" as="targetPoint" />
            <Array as="points">
              <mxPoint x="810" y="40" />
              <mxPoint x="810" y="275" />
              <mxPoint x="820" y="275" />
            </Array>
          </mxGeometry>
        </mxCell>
        <mxCell id="0aRQkGjj-KWWZOeJOGup-11" value="" style="group" parent="1" vertex="1" connectable="0">
          <mxGeometry x="830" y="270" width="120" height="70" as="geometry" />
        </mxCell>
        <mxCell id="0aRQkGjj-KWWZOeJOGup-9" value="" style="shape=process;whiteSpace=wrap;html=1;backgroundOutline=1;" parent="0aRQkGjj-KWWZOeJOGup-11" vertex="1">
          <mxGeometry width="120" height="70" as="geometry" />
        </mxCell>
        <mxCell id="0aRQkGjj-KWWZOeJOGup-10" value="&lt;b&gt;COMMON&lt;/b&gt;&lt;div&gt;&lt;b&gt;GROUND&lt;/b&gt;&lt;/div&gt;" style="text;html=1;align=center;verticalAlign=middle;whiteSpace=wrap;rounded=0;" parent="0aRQkGjj-KWWZOeJOGup-11" vertex="1">
          <mxGeometry x="30" y="17.5" width="60" height="35" as="geometry" />
        </mxCell>
-         <mxCell id="0aRQkGjj-KWWZOeJOGup-16" style="edgeStyle=orthogonalEdgeStyle;rounded=0;orthogonalLoop=1;jettySize=auto;html=1;exitX=1;exitY=0.75;exitDx=0;exitDy=0;entryX=0;entryY=0.25;entryDx=0;entryDy=0;strokeColor=#666666;flowAnimation=1;strokeWidth=2;endSize=2;" parent="1" source="JVLtuT8sySUBbFbLTn6r-77" target="0aRQkGjj-KWWZOeJOGup-9" edge="1">
+         <mxCell id="0aRQkGjj-KWWZOeJOGup-16" style="edgeStyle=orthogonalEdgeStyle;rounded=0;orthogonalLoop=1;jettySize=auto;html=1;exitX=1;exitY=0.75;exitDx=0;exitDy=0;entryX=0;entryY=0.25;entryDx=0;entryDy=0;strokeColor=#666666;flowAnimation=1;strokeWidth=2;endSize=2;jumpStyle=arc;" parent="1" source="JVLtuT8sySUBbFbLTn6r-77" target="0aRQkGjj-KWWZOeJOGup-9" edge="1">
          <mxGeometry relative="1" as="geometry" />
        </mxCell>
        <mxCell id="0aRQkGjj-KWWZOeJOGup-17" style="edgeStyle=orthogonalEdgeStyle;rounded=0;orthogonalLoop=1;jettySize=auto;html=1;exitX=1;exitY=0.75;exitDx=0;exitDy=0;entryX=-0.005;entryY=0.43;entryDx=0;entryDy=0;entryPerimeter=0;strokeWidth=2;strokeColor=#666666;flowAnimation=1;jumpStyle=arc;endSize=2;" parent="1" source="JVLtuT8sySUBbFbLTn6r-63" target="0aRQkGjj-KWWZOeJOGup-9" edge="1">
          <mxGeometry relative="1" as="geometry" />
        </mxCell>
        <mxCell id="GU7d8YhSs9KX_iTgDBDw-1" value="" style="group" vertex="1" connectable="0" parent="1">
          <mxGeometry x="1050" y="70" width="60" height="70" as="geometry" />
        </mxCell>
        <mxCell id="GU7d8YhSs9KX_iTgDBDw-2" value="" style="rounded=1;whiteSpace=wrap;html=1;" vertex="1" parent="GU7d8YhSs9KX_iTgDBDw-1">
          <mxGeometry x="10" y="11.666666666666668" width="40" height="46.66666666666667" as="geometry" />
        </mxCell>
        <mxCell id="GU7d8YhSs9KX_iTgDBDw-3" value="&lt;b&gt;&lt;font style=&quot;font-size: 16px;&quot;&gt;N2+&lt;/font&gt;&lt;/b&gt;" style="text;html=1;align=center;verticalAlign=middle;whiteSpace=wrap;rounded=0;" vertex="1" parent="GU7d8YhSs9KX_iTgDBDw-1">
          <mxGeometry x="10" y="11.666666666666668" width="40" height="46.66666666666667" as="geometry" />
        </mxCell>
        <mxCell id="GU7d8YhSs9KX_iTgDBDw-5" style="edgeStyle=orthogonalEdgeStyle;rounded=0;orthogonalLoop=1;jettySize=auto;html=1;exitX=1;exitY=0.25;exitDx=0;exitDy=0;entryX=0;entryY=0.25;entryDx=0;entryDy=0;strokeWidth=2;flowAnimation=1;strokeColor=#FF3333;jumpStyle=arc;" edge="1" parent="1" source="JVLtuT8sySUBbFbLTn6r-77" target="GU7d8YhSs9KX_iTgDBDw-3">
          <mxGeometry relative="1" as="geometry" />
        </mxCell>
        <mxCell id="GU7d8YhSs9KX_iTgDBDw-6" style="edgeStyle=orthogonalEdgeStyle;rounded=0;orthogonalLoop=1;jettySize=auto;html=1;exitX=1.02;exitY=0.129;exitDx=0;exitDy=0;entryX=0;entryY=0.5;entryDx=0;entryDy=0;strokeWidth=2;flowAnimation=1;strokeColor=#666666;exitPerimeter=0;jumpStyle=arc;" edge="1" parent="1" source="0aRQkGjj-KWWZOeJOGup-9" target="0aRQkGjj-KWWZOeJOGup-5">
          <mxGeometry relative="1" as="geometry" />
        </mxCell>
        <mxCell id="GU7d8YhSs9KX_iTgDBDw-7" style="edgeStyle=orthogonalEdgeStyle;rounded=0;orthogonalLoop=1;jettySize=auto;html=1;exitX=0.993;exitY=0.908;exitDx=0;exitDy=0;entryX=0;entryY=0.25;entryDx=0;entryDy=0;strokeWidth=2;strokeColor=#666666;flowAnimation=1;jumpStyle=arc;exitPerimeter=0;" edge="1" parent="1" source="0aRQkGjj-KWWZOeJOGup-9" target="JVLtuT8sySUBbFbLTn6r-90">
          <mxGeometry relative="1" as="geometry">
            <mxPoint x="950" y="300" as="sourcePoint" />
            <mxPoint x="410" y="230" as="targetPoint" />
            <Array as="points">
              <mxPoint x="970" y="334" />
              <mxPoint x="970" y="400" />
              <mxPoint x="390" y="400" />
              <mxPoint x="390" y="218" />
              <mxPoint x="410" y="218" />
            </Array>
          </mxGeometry>
        </mxCell>
-         <mxCell id="GU7d8YhSs9KX_iTgDBDw-8" style="edgeStyle=orthogonalEdgeStyle;rounded=0;orthogonalLoop=1;jettySize=auto;html=1;exitX=1;exitY=0.25;exitDx=0;exitDy=0;entryX=0;entryY=0.75;entryDx=0;entryDy=0;strokeWidth=2;strokeColor=#666666;flowAnimation=1;jumpStyle=arc;" edge="1" parent="1" source="0aRQkGjj-KWWZOeJOGup-9" target="GU7d8YhSs9KX_iTgDBDw-3">
+         <mxCell id="GU7d8YhSs9KX_iTgDBDw-8" style="edgeStyle=orthogonalEdgeStyle;rounded=0;orthogonalLoop=1;jettySize=auto;html=1;exitX=1;exitY=0.25;exitDx=0;exitDy=0;entryX=-0.006;entryY=0.62;entryDx=0;entryDy=0;strokeWidth=2;strokeColor=#666666;flowAnimation=1;jumpStyle=arc;entryPerimeter=0;" edge="1" parent="1" source="0aRQkGjj-KWWZOeJOGup-9" target="GU7d8YhSs9KX_iTgDBDw-3">
          <mxGeometry relative="1" as="geometry">
            <Array as="points">
              <mxPoint x="1030" y="288" />
-               <mxPoint x="1030" y="117" />
+               <mxPoint x="1030" y="110" />
+               <mxPoint x="1060" y="110" />
            </Array>
          </mxGeometry>
        </mxCell>
      </root>
    </mxGraphModel>
  </diagram>
</mxfile>
